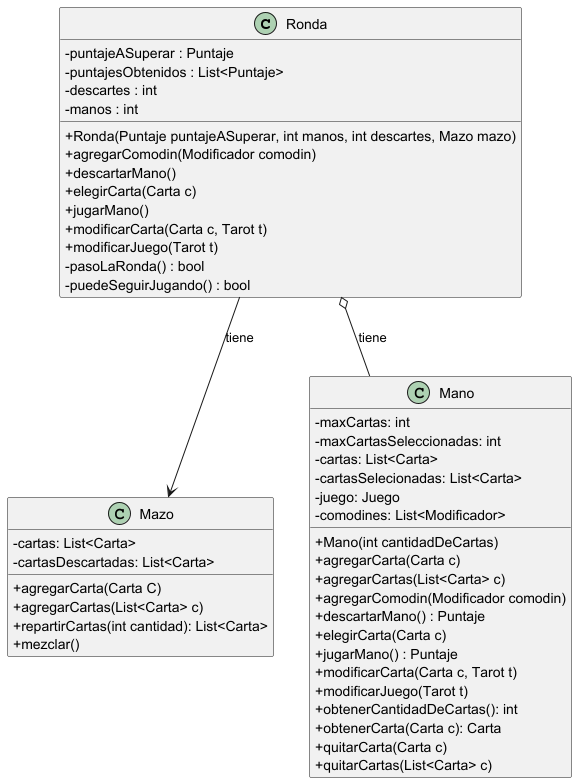
Before: diagrams/classes/RondaManoYMazo.png, a diagram exported from PlantUML (facukresta/g06-tp2-2c-2024).
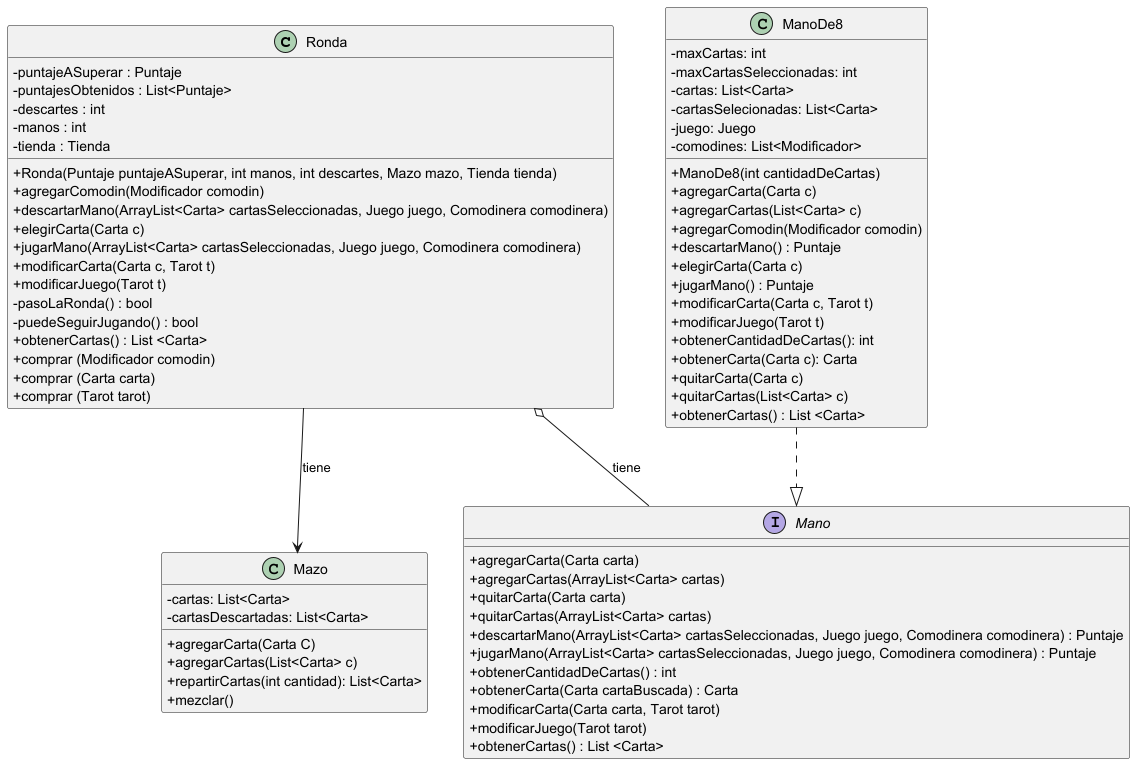
The same diagram one commit later.

Diff of the diagram source:
```diff
@@ -6,15 +6,20 @@
 -puntajesObtenidos : List<Puntaje>
 -descartes : int
 - manos : int
-+Ronda(Puntaje puntajeASuperar, int manos, int descartes, Mazo mazo)
+- tienda : Tienda
++Ronda(Puntaje puntajeASuperar, int manos, int descartes, Mazo mazo, Tienda tienda)
 +agregarComodin(Modificador comodin)
-+descartarMano()
++descartarMano(ArrayList<Carta> cartasSeleccionadas, Juego juego, Comodinera comodinera)
 +elegirCarta(Carta c)
-+jugarMano()
++jugarMano(ArrayList<Carta> cartasSeleccionadas, Juego juego, Comodinera comodinera)
 +modificarCarta(Carta c, Tarot t)
 +modificarJuego(Tarot t)
 -pasoLaRonda() : bool
 -puedeSeguirJugando() : bool
++obtenerCartas() : List <Carta>
++comprar (Modificador comodin)
++comprar (Carta carta)
++comprar (Tarot tarot)
 }
 
 class Mazo {
@@ -26,14 +31,14 @@
 +mezclar()
 }
 
-class Mano {
+class ManoDe8 {
 -maxCartas: int
 -maxCartasSeleccionadas: int
 -cartas: List<Carta>
 -cartasSelecionadas: List<Carta>
 -juego: Juego
 -comodines: List<Modificador>
-+Mano(int cantidadDeCartas)
++ManoDe8(int cantidadDeCartas)
 +agregarCarta(Carta c)
 +agregarCartas(List<Carta> c)
 +agregarComodin(Modificador comodin)
@@ -46,8 +51,24 @@
 +obtenerCarta(Carta c): Carta
 +quitarCarta(Carta c)
 +quitarCartas(List<Carta> c)
++obtenerCartas() : List <Carta>
 }
 
+interface Mano{
++agregarCarta(Carta carta)
++agregarCartas(ArrayList<Carta> cartas)
++quitarCarta(Carta carta)
++quitarCartas(ArrayList<Carta> cartas)
++descartarMano(ArrayList<Carta> cartasSeleccionadas, Juego juego, Comodinera comodinera) : Puntaje
++jugarMano(ArrayList<Carta> cartasSeleccionadas, Juego juego, Comodinera comodinera) : Puntaje
++obtenerCantidadDeCartas() : int
++obtenerCarta(Carta cartaBuscada) : Carta
++modificarCarta(Carta carta, Tarot tarot)
++modificarJuego(Tarot tarot)
++obtenerCartas() : List <Carta>
+}
+
+ManoDe8 ..|> Mano
 Ronda o-- Mano : tiene
 Ronda --> Mazo : tiene
 @enduml
```
